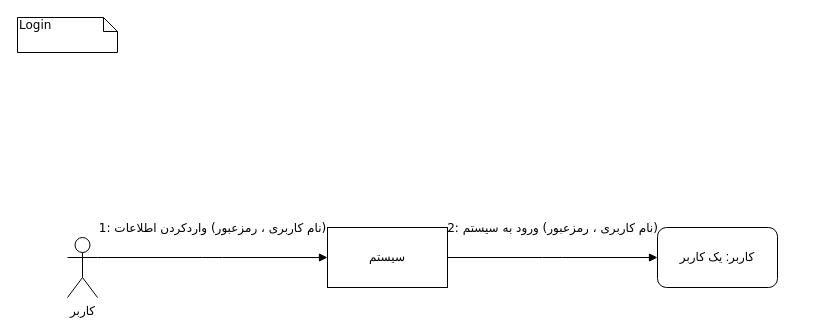
Earlier version of the draw.io diagram Behavioural Modeling/Communication Diagrams/login.drawio (khoramian/TahDig_SoftwareEngineering). Source tidied: cells renumbered, new cells numbered last; positions are measured from the earlier drawing's top-left corner, leaving out a move shared by most shapes. Both pictures are drawn from the tidied source at 100%, with x=0, y=0 at pixel (17, 17).
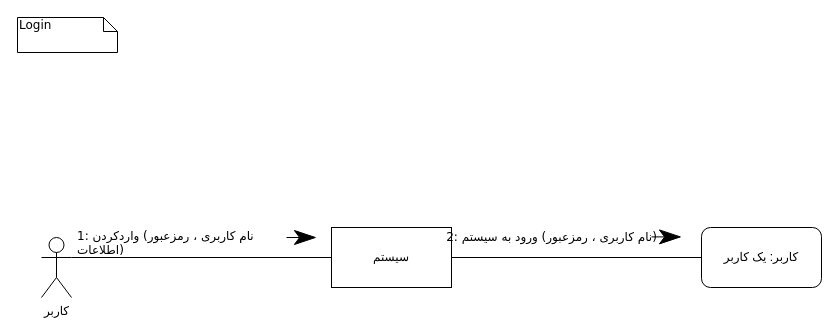
The same page after the edit.

What changed in the source:
```diff
@@
 <mxGraphModel>
   <root>
     <mxCell id="0" />
     <mxCell id="1" parent="0" />
-    <mxCell id="2" value="1: نام کاربری ، رمزعبور) واردکردن اطلاعات)" style="html=1;verticalAlign=bottom;endArrow=block;labelBackgroundColor=none;fontFamily=Verdana;fontSize=12;edgeStyle=elbowEdgeStyle;elbow=vertical;entryX=0;entryY=0.5;entryDx=0;entryDy=0;exitX=1;exitY=0.3333333333333333;exitDx=0;exitDy=0;exitPerimeter=0;" parent="1" edge="1" source="5" target="6">
-      <mxGeometry y="20" relative="1" as="geometry" />
-    </mxCell>
     <mxCell id="3" value="Login" style="shape=note;whiteSpace=wrap;html=1;size=14;verticalAlign=top;align=left;spacingTop=-6;rounded=0;shadow=0;comic=0;labelBackgroundColor=none;strokeWidth=1;fontFamily=Verdana;fontSize=12;" parent="1" vertex="1">
       <mxGeometry width="100" height="35" as="geometry" />
     </mxCell>
-    <mxCell id="4" value="2: نام کاربری ، رمزعبور) ورود به سیستم)" style="html=1;verticalAlign=bottom;endArrow=block;labelBackgroundColor=none;fontFamily=Verdana;fontSize=12;edgeStyle=elbowEdgeStyle;elbow=vertical;exitX=1;exitY=0.5;exitDx=0;exitDy=0;entryX=0;entryY=0.5;entryDx=0;entryDy=0;" parent="1" edge="1" source="6" target="7">
-      <mxGeometry y="20" relative="1" as="geometry" />
-    </mxCell>
     <mxCell id="5" value="کاربر" style="shape=umlActor;verticalLabelPosition=bottom;verticalAlign=top;html=1;outlineConnect=0;" parent="1" vertex="1">
-      <mxGeometry x="50" y="220" width="30" height="60" as="geometry" />
+      <mxGeometry x="24" y="220" width="30" height="60" as="geometry" />
     </mxCell>
     <mxCell id="6" value="سیستم" style="rounded=0;whiteSpace=wrap;html=1;" parent="1" vertex="1">
-      <mxGeometry x="310" y="210" width="120" height="60" as="geometry" />
+      <mxGeometry x="314" y="210" width="120" height="60" as="geometry" />
     </mxCell>
     <mxCell id="7" value="کاربر: یک کاربر" style="rounded=1;whiteSpace=wrap;html=1;" parent="1" vertex="1">
-      <mxGeometry x="640" y="210" width="120" height="60" as="geometry" />
+      <mxGeometry x="684" y="210" width="120" height="60" as="geometry" />
     </mxCell>
+    <mxCell id="8" style="endArrow=none;html=1;exitX=1;exitY=0.5;exitDx=0;exitDy=0;entryX=0;entryY=0.5;entryDx=0;entryDy=0;" parent="1" edge="1" source="6" target="7">
+      <mxGeometry relative="1" as="geometry" />
+    </mxCell>
+    <mxCell id="9" style="endArrow=classicThin;html=1;strokeWidth=1;endSize=20;entryX=0;entryY=0.5;entryDx=0;entryDy=0;" parent="1" edge="1">
+      <mxGeometry relative="1" as="geometry">
+        <mxPoint x="634" y="219.4" as="sourcePoint" />
+        <mxPoint x="664" y="219.4" as="targetPoint" />
+      </mxGeometry>
+    </mxCell>
+    <mxCell id="4" value="&lt;span style=&quot;font-family: &amp;#34;verdana&amp;#34;&quot;&gt;2: نام کاربری ، رمزعبور) ورود به سیستم)&lt;/span&gt;" style="text;html=1;align=center;verticalAlign=middle;" parent="1" vertex="1">
+      <mxGeometry x="434" y="210" width="200" height="20" as="geometry" />
+    </mxCell>
+    <mxCell id="10" style="endArrow=classicThin;html=1;strokeWidth=1;endSize=20;entryX=0;entryY=0.5;entryDx=0;entryDy=0;" parent="1" edge="1">
+      <mxGeometry relative="1" as="geometry">
+        <mxPoint x="269" y="220" as="sourcePoint" />
+        <mxPoint x="299" y="220" as="targetPoint" />
+      </mxGeometry>
+    </mxCell>
+    <mxCell id="2" value="&lt;span style=&quot;font-family: &amp;#34;verdana&amp;#34; ; text-align: center&quot;&gt;1: نام کاربری ، رمزعبور) واردکردن اطلاعات)&lt;/span&gt;" style="text;whiteSpace=wrap;html=1;" parent="1" vertex="1">
+      <mxGeometry x="58" y="205" width="216" height="30" as="geometry" />
+    </mxCell>
+    <mxCell id="11" style="endArrow=none;html=1;exitX=1;exitY=0.3333333333333333;exitDx=0;exitDy=0;entryX=0;entryY=0.5;entryDx=0;entryDy=0;exitPerimeter=0;" parent="1" edge="1" source="5" target="6">
+      <mxGeometry relative="1" as="geometry" />
+    </mxCell>
   </root>
 </mxGraphModel>
```
